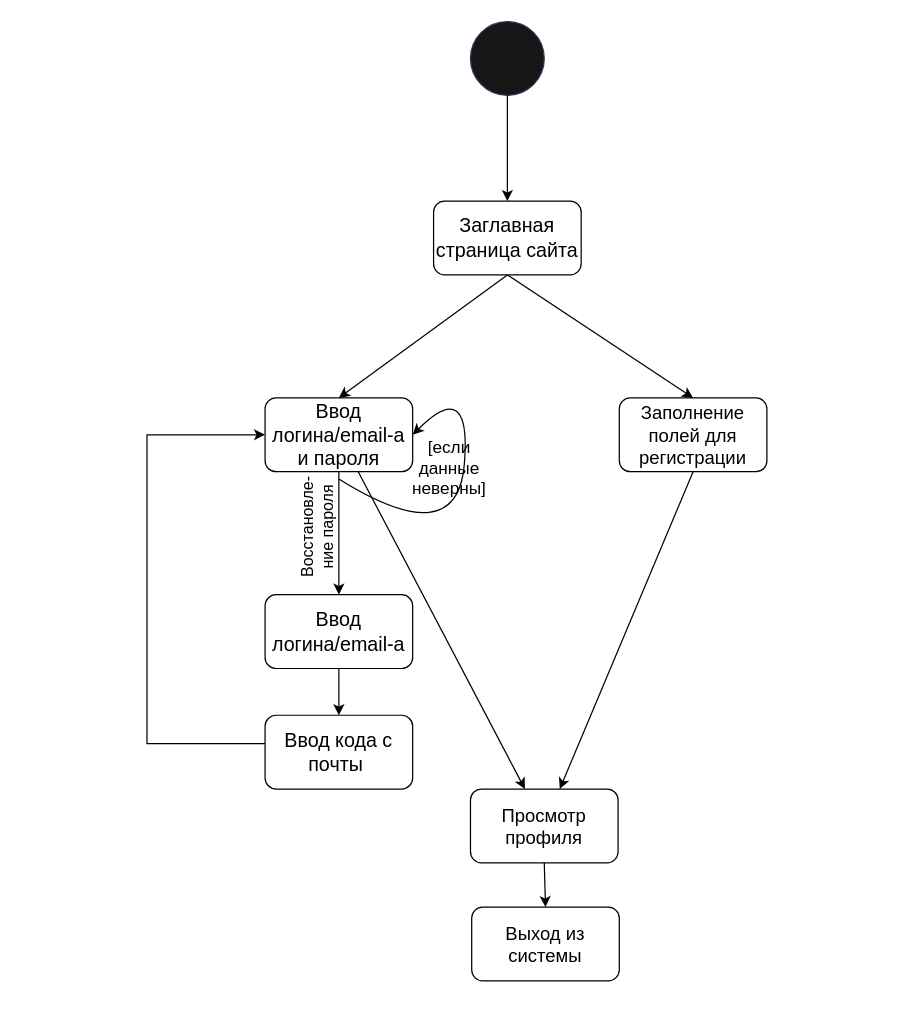
AlDente-Noo/Freelancer-SPM keeps this draw.io diagram as activity diagrams/DB_scheme.drawio. Above is the earlier version. Source tidied: cells renumbered, new cells numbered last; positions are measured from the earlier drawing's top-left corner, leaving out a move shared by most shapes. Both pictures are drawn from the tidied source at 123%, with x=0, y=0 at pixel (146, 21).
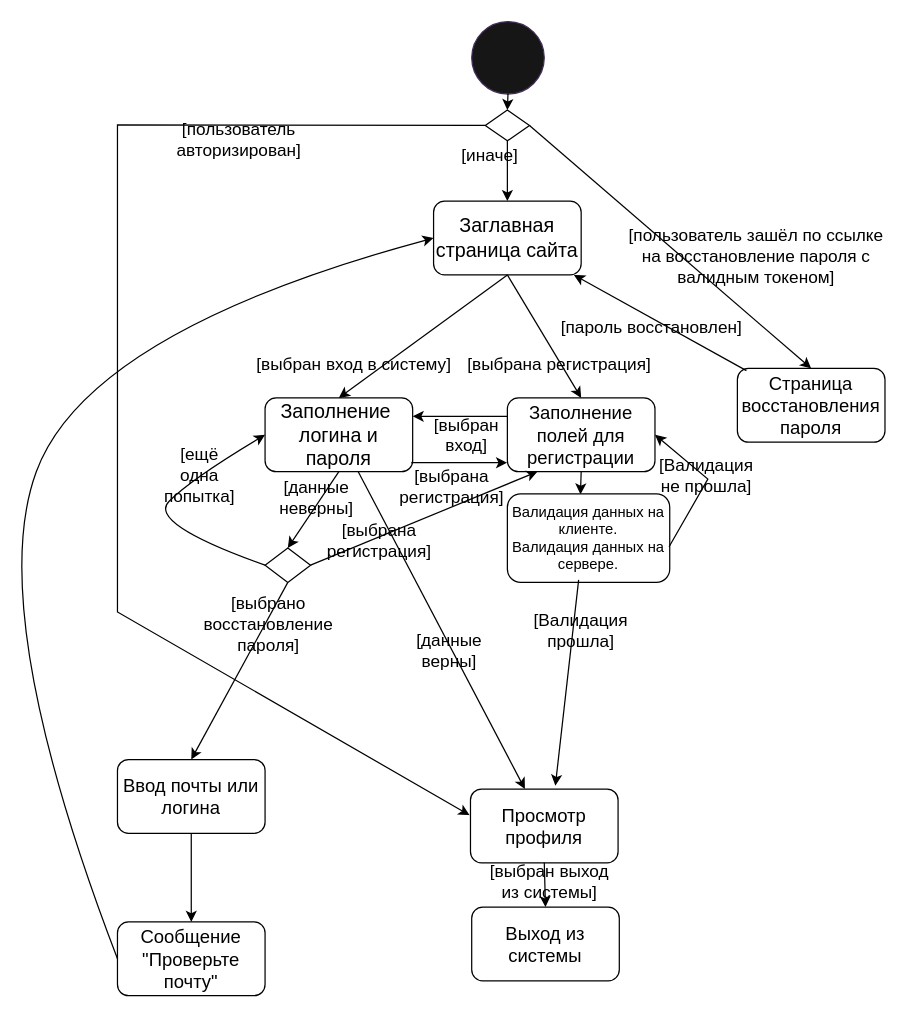
The same diagram, later.

The change refers to these unchanged cells:
```xml
<mxCell id="4" value="&lt;font style=&quot;font-size: 16px;&quot;&gt;Заглавная страница сайта&lt;/font&gt;" style="rounded=1;whiteSpace=wrap;html=1;" parent="1" vertex="1">
  <mxGeometry x="233" y="146" width="120" height="60" as="geometry" />
</mxCell>
<mxCell id="19" value="&lt;font style=&quot;font-size: 15px;&quot;&gt;Просмотр профиля&lt;/font&gt;" style="rounded=1;whiteSpace=wrap;html=1;" parent="1" vertex="1">
  <mxGeometry x="263" y="624" width="120" height="60" as="geometry" />
</mxCell>
```

Change to the diagram source:
```diff
@@
     <mxCell id="2" style="ellipse;whiteSpace=wrap;html=1;strokeColor=#432D57;fillColor=#171617;fontColor=#ffffff;" parent="1" vertex="1">
-      <mxGeometry x="263" width="60" height="60" as="geometry" />
+      <mxGeometry x="264" width="59" height="59" as="geometry" />
     </mxCell>
-    <mxCell id="3" style="endArrow=classic;html=1;rounded=0;" parent="1" edge="1" source="2" target="4">
+    <mxCell id="3" style="endArrow=classic;html=1;rounded=0;entryX=0.5;entryY=0;entryDx=0;entryDy=0;" parent="1" edge="1" source="2" target="29">
       <mxGeometry relative="1" as="geometry" />
     </mxCell>
@@
     <mxCell id="5" value="&lt;font style=&quot;font-size: 15px;&quot;&gt;Заполнение полей для регистрации&lt;/font&gt;" style="rounded=1;whiteSpace=wrap;html=1;" parent="1" vertex="1">
-      <mxGeometry x="384" y="306" width="120" height="60" as="geometry" />
+      <mxGeometry x="293" y="306" width="120" height="60" as="geometry" />
     </mxCell>
-    <mxCell id="6" value="&lt;font style=&quot;font-size: 16px;&quot;&gt;Ввод логина/email-а&lt;br&gt;и пароля&lt;br&gt;&lt;/font&gt;" style="rounded=1;whiteSpace=wrap;html=1;" parent="1" vertex="1">
+    <mxCell id="6" value="&lt;font style=&quot;font-size: 16px;&quot;&gt;Заполнение&amp;nbsp;&lt;br&gt;логина и пароля&lt;br&gt;&lt;/font&gt;" style="rounded=1;whiteSpace=wrap;html=1;" parent="1" vertex="1">
       <mxGeometry x="96" y="306" width="120" height="60" as="geometry" />
     </mxCell>
-    <mxCell id="7" style="endArrow=classic;html=1;rounded=0;exitX=0.5;exitY=1;exitDx=0;exitDy=0;" parent="1" edge="1" source="5" target="19">
+    <mxCell id="7" style="endArrow=classic;html=1;rounded=0;exitX=0.5;exitY=1;exitDx=0;exitDy=0;entryX=0.45;entryY=0.007;entryDx=0;entryDy=0;entryPerimeter=0;" parent="1" edge="1" source="5" target="36">
       <mxGeometry relative="1" as="geometry" />
     </mxCell>
-    <mxCell id="8" value="&lt;font style=&quot;font-size: 14px;&quot;&gt;[если данные неверны]&lt;/font&gt;" style="text;html=1;strokeColor=none;fillColor=none;align=center;verticalAlign=middle;whiteSpace=wrap;rounded=0;" parent="1" vertex="1">
-      <mxGeometry x="216" y="348" width="60" height="30" as="geometry" />
+    <mxCell id="8" value="&lt;font style=&quot;font-size: 14px;&quot;&gt;[данные неверны]&lt;/font&gt;" style="text;html=1;strokeColor=none;fillColor=none;align=center;verticalAlign=middle;whiteSpace=wrap;rounded=0;" parent="1" vertex="1">
+      <mxGeometry x="108" y="372" width="60" height="30" as="geometry" />
     </mxCell>
-    <mxCell id="9" value="&lt;font style=&quot;font-size: 16px;&quot;&gt;Ввод логина/email-а&lt;br&gt;&lt;/font&gt;" style="rounded=1;whiteSpace=wrap;html=1;" parent="1" vertex="1">
-      <mxGeometry x="96" y="466" width="120" height="60" as="geometry" />
-    </mxCell>
-    <mxCell id="10" style="curved=1;endArrow=classic;html=1;rounded=0;entryX=1;entryY=0.5;entryDx=0;entryDy=0;" parent="1" edge="1" target="6">
-      <mxGeometry relative="1" as="geometry">
-        <mxPoint x="156" y="372" as="sourcePoint" />
-        <Array as="points">
-          <mxPoint x="252" y="432" />
-          <mxPoint x="264" y="288" />
-        </Array>
-      </mxGeometry>
-    </mxCell>
-    <mxCell id="11" style="endArrow=classic;html=1;rounded=0;entryX=0.5;entryY=0;entryDx=0;entryDy=0;" parent="1" edge="1" source="6" target="9">
-      <mxGeometry relative="1" as="geometry" />
-    </mxCell>
-    <mxCell id="12" style="endArrow=classic;html=1;rounded=0;exitX=0.004;exitY=0.384;exitDx=0;exitDy=0;entryX=0;entryY=0.5;entryDx=0;entryDy=0;exitPerimeter=0;" parent="1" edge="1" source="13" target="6">
-      <mxGeometry relative="1" as="geometry">
-        <Array as="points">
-          <mxPoint y="587" />
-          <mxPoint y="336" />
-        </Array>
-      </mxGeometry>
-    </mxCell>
-    <mxCell id="13" value="&lt;font style=&quot;font-size: 16px;&quot;&gt;Ввод кода с почты&amp;nbsp;&lt;br&gt;&lt;/font&gt;" style="rounded=1;whiteSpace=wrap;html=1;" parent="1" vertex="1">
-      <mxGeometry x="96" y="564" width="120" height="60" as="geometry" />
-    </mxCell>
-    <mxCell id="14" style="endArrow=classic;html=1;rounded=0;entryX=0.5;entryY=0;entryDx=0;entryDy=0;exitX=0.5;exitY=1;exitDx=0;exitDy=0;" parent="1" edge="1" source="9" target="13">
-      <mxGeometry relative="1" as="geometry" />
-    </mxCell>
@@
-    <mxCell id="17" value="&lt;font style=&quot;font-size: 13px;&quot;&gt;Восстановле-&lt;br&gt;ние пароля&lt;/font&gt;" style="text;html=1;strokeColor=none;fillColor=none;align=center;verticalAlign=middle;whiteSpace=wrap;rounded=0;rotation=-90;" parent="1" vertex="1">
-      <mxGeometry x="84" y="390" width="109" height="42" as="geometry" />
-    </mxCell>
@@
+    <mxCell id="22" value="&lt;font style=&quot;font-size: 14px;&quot;&gt;[выбран вход в систему]&lt;/font&gt;" style="text;html=1;strokeColor=none;fillColor=none;align=center;verticalAlign=middle;whiteSpace=wrap;rounded=0;" parent="1" vertex="1">
+      <mxGeometry x="73" y="264" width="191" height="30" as="geometry" />
+    </mxCell>
+    <mxCell id="23" value="&lt;font style=&quot;font-size: 15px;&quot;&gt;Страница восстановления пароля&lt;/font&gt;" style="rounded=1;whiteSpace=wrap;html=1;" parent="1" vertex="1">
+      <mxGeometry x="480" y="282" width="120" height="60" as="geometry" />
+    </mxCell>
+    <mxCell id="24" style="endArrow=classic;html=1;rounded=0;exitX=1;exitY=0.5;exitDx=0;exitDy=0;entryX=0.5;entryY=0;entryDx=0;entryDy=0;" parent="1" edge="1" source="29" target="23">
+      <mxGeometry relative="1" as="geometry" />
+    </mxCell>
+    <mxCell id="25" value="&lt;font style=&quot;font-size: 14px;&quot;&gt;[пользователь зашёл по ссылке на восстановление пароля с валидным токеном]&lt;/font&gt;" style="text;html=1;strokeColor=none;fillColor=none;align=center;verticalAlign=middle;whiteSpace=wrap;rounded=0;" parent="1" vertex="1">
+      <mxGeometry x="384" y="176" width="223" height="30" as="geometry" />
+    </mxCell>
+    <mxCell id="26" value="&lt;font style=&quot;font-size: 14px;&quot;&gt;[выбрана регистрация]&lt;/font&gt;" style="text;html=1;strokeColor=none;fillColor=none;align=center;verticalAlign=middle;whiteSpace=wrap;rounded=0;" parent="1" vertex="1">
+      <mxGeometry x="240" y="264" width="191" height="30" as="geometry" />
+    </mxCell>
+    <mxCell id="27" value="&lt;font style=&quot;font-size: 14px;&quot;&gt;[данные верны]&lt;/font&gt;" style="text;html=1;strokeColor=none;fillColor=none;align=center;verticalAlign=middle;whiteSpace=wrap;rounded=0;" parent="1" vertex="1">
+      <mxGeometry x="216" y="496" width="60" height="30" as="geometry" />
+    </mxCell>
+    <mxCell id="28" value="&lt;font style=&quot;font-size: 14px;&quot;&gt;[выбран выход из системы]&lt;/font&gt;" style="text;html=1;strokeColor=none;fillColor=none;align=center;verticalAlign=middle;whiteSpace=wrap;rounded=0;" parent="1" vertex="1">
+      <mxGeometry x="276" y="684" width="102.5" height="30" as="geometry" />
+    </mxCell>
+    <mxCell id="29" style="rhombus;whiteSpace=wrap;html=1;" parent="1" vertex="1">
+      <mxGeometry x="275" y="72" width="36" height="25" as="geometry" />
+    </mxCell>
+    <mxCell id="30" style="endArrow=classic;html=1;rounded=0;exitX=0.5;exitY=1;exitDx=0;exitDy=0;entryX=0.5;entryY=0;entryDx=0;entryDy=0;" parent="1" edge="1" source="29" target="4">
+      <mxGeometry relative="1" as="geometry" />
+    </mxCell>
+    <mxCell id="31" value="&lt;font style=&quot;font-size: 14px;&quot;&gt;[иначе]&lt;/font&gt;" style="text;html=1;strokeColor=none;fillColor=none;align=center;verticalAlign=middle;whiteSpace=wrap;rounded=0;" parent="1" vertex="1">
+      <mxGeometry x="240" y="97" width="78" height="23" as="geometry" />
+    </mxCell>
+    <mxCell id="32" style="endArrow=classic;html=1;rounded=0;exitX=0.061;exitY=0.03;exitDx=0;exitDy=0;exitPerimeter=0;" parent="1" edge="1" source="23" target="4">
+      <mxGeometry relative="1" as="geometry" />
+    </mxCell>
+    <mxCell id="33" value="&lt;font style=&quot;font-size: 14px;&quot;&gt;[пароль восстановлен]&lt;/font&gt;" style="text;html=1;strokeColor=none;fillColor=none;align=center;verticalAlign=middle;whiteSpace=wrap;rounded=0;" parent="1" vertex="1">
+      <mxGeometry x="323" y="234" width="175" height="30" as="geometry" />
+    </mxCell>
+    <mxCell id="34" style="endArrow=classic;html=1;rounded=0;exitX=0;exitY=0.5;exitDx=0;exitDy=0;entryX=-0.006;entryY=0.354;entryDx=0;entryDy=0;entryPerimeter=0;" parent="1" edge="1" source="29" target="19">
+      <mxGeometry relative="1" as="geometry">
+        <Array as="points">
+          <mxPoint x="-24" y="84" />
+          <mxPoint x="-24" y="480" />
+        </Array>
+      </mxGeometry>
+    </mxCell>
+    <mxCell id="35" value="&lt;font style=&quot;font-size: 14px;&quot;&gt;[пользователь авторизирован]&lt;/font&gt;" style="text;html=1;strokeColor=none;fillColor=none;align=center;verticalAlign=middle;whiteSpace=wrap;rounded=0;" parent="1" vertex="1">
+      <mxGeometry x="36" y="84" width="78" height="23" as="geometry" />
+    </mxCell>
+    <mxCell id="36" value="Валидация данных на клиенте.&lt;br&gt;Валидация данных на сервере." style="rounded=1;whiteSpace=wrap;html=1;" parent="1" vertex="1">
+      <mxGeometry x="293" y="384" width="132" height="72" as="geometry" />
+    </mxCell>
+    <mxCell id="37" value="&lt;font style=&quot;font-size: 14px;&quot;&gt;[Валидация прошла]&lt;/font&gt;" style="text;html=1;strokeColor=none;fillColor=none;align=center;verticalAlign=middle;whiteSpace=wrap;rounded=0;" parent="1" vertex="1">
+      <mxGeometry x="323" y="480" width="60" height="30" as="geometry" />
+    </mxCell>
+    <mxCell id="38" style="endArrow=classic;html=1;rounded=0;exitX=0.439;exitY=0.972;exitDx=0;exitDy=0;exitPerimeter=0;entryX=0.575;entryY=-0.046;entryDx=0;entryDy=0;entryPerimeter=0;" parent="1" edge="1" source="36" target="19">
+      <mxGeometry relative="1" as="geometry" />
+    </mxCell>
+    <mxCell id="39" style="endArrow=classic;html=1;rounded=0;entryX=1;entryY=0.5;entryDx=0;entryDy=0;exitX=0.996;exitY=0.598;exitDx=0;exitDy=0;exitPerimeter=0;" parent="1" edge="1" source="36" target="5">
+      <mxGeometry relative="1" as="geometry">
+        <Array as="points">
+          <mxPoint x="456" y="372" />
+        </Array>
+      </mxGeometry>
+    </mxCell>
+    <mxCell id="40" value="&lt;font style=&quot;font-size: 14px;&quot;&gt;[Валидация не прошла]&lt;/font&gt;" style="text;html=1;strokeColor=none;fillColor=none;align=center;verticalAlign=middle;whiteSpace=wrap;rounded=0;" parent="1" vertex="1">
+      <mxGeometry x="425" y="354" width="60" height="30" as="geometry" />
+    </mxCell>
+    <mxCell id="41" style="endArrow=classic;html=1;rounded=0;entryX=-0.002;entryY=0.878;entryDx=0;entryDy=0;exitX=0.991;exitY=0.878;exitDx=0;exitDy=0;exitPerimeter=0;entryPerimeter=0;" parent="1" edge="1" source="6" target="5">
+      <mxGeometry relative="1" as="geometry" />
+    </mxCell>
+    <mxCell id="42" value="&lt;font style=&quot;font-size: 14px;&quot;&gt;[выбрана регистрация]&lt;/font&gt;" style="text;html=1;strokeColor=none;fillColor=none;align=center;verticalAlign=middle;whiteSpace=wrap;rounded=0;" parent="1" vertex="1">
+      <mxGeometry x="221" y="372" width="54" height="12" as="geometry" />
+    </mxCell>
+    <mxCell id="43" style="endArrow=classic;html=1;rounded=0;entryX=1;entryY=0.25;entryDx=0;entryDy=0;exitX=0;exitY=0.25;exitDx=0;exitDy=0;" parent="1" edge="1" source="5" target="6">
+      <mxGeometry relative="1" as="geometry" />
+    </mxCell>
+    <mxCell id="44" value="&lt;font style=&quot;font-size: 14px;&quot;&gt;[выбран вход]&lt;/font&gt;" style="text;html=1;strokeColor=none;fillColor=none;align=center;verticalAlign=middle;whiteSpace=wrap;rounded=0;" parent="1" vertex="1">
+      <mxGeometry x="233" y="330" width="54" height="12" as="geometry" />
+    </mxCell>
+    <mxCell id="45" style="rhombus;whiteSpace=wrap;html=1;" parent="1" vertex="1">
+      <mxGeometry x="96" y="428" width="37" height="28" as="geometry" />
+    </mxCell>
+    <mxCell id="46" style="endArrow=classic;html=1;rounded=0;exitX=0.5;exitY=1;exitDx=0;exitDy=0;entryX=0.5;entryY=0;entryDx=0;entryDy=0;" parent="1" edge="1" source="6" target="45">
+      <mxGeometry relative="1" as="geometry" />
+    </mxCell>
+    <mxCell id="47" style="curved=1;endArrow=classic;html=1;rounded=0;exitX=0;exitY=0.5;exitDx=0;exitDy=0;entryX=0;entryY=0.5;entryDx=0;entryDy=0;" parent="1" edge="1" source="45" target="6">
+      <mxGeometry relative="1" as="geometry">
+        <Array as="points">
+          <mxPoint y="408" />
+          <mxPoint x="36" y="372" />
+        </Array>
+      </mxGeometry>
+    </mxCell>
+    <mxCell id="48" value="&lt;font style=&quot;font-size: 14px;&quot;&gt;[ещё одна попытка]&lt;/font&gt;" style="text;html=1;strokeColor=none;fillColor=none;align=center;verticalAlign=middle;whiteSpace=wrap;rounded=0;" parent="1" vertex="1">
+      <mxGeometry x="13" y="354" width="60" height="30" as="geometry" />
+    </mxCell>
+    <mxCell id="49" style="endArrow=classic;html=1;rounded=0;exitX=1;exitY=0.5;exitDx=0;exitDy=0;entryX=0.204;entryY=0.999;entryDx=0;entryDy=0;entryPerimeter=0;" parent="1" edge="1" source="45" target="5">
+      <mxGeometry relative="1" as="geometry" />
+    </mxCell>
+    <mxCell id="50" value="&lt;font style=&quot;font-size: 14px;&quot;&gt;[выбрана регистрация]&lt;/font&gt;" style="text;html=1;strokeColor=none;fillColor=none;align=center;verticalAlign=middle;whiteSpace=wrap;rounded=0;" parent="1" vertex="1">
+      <mxGeometry x="162" y="416" width="54" height="12" as="geometry" />
+    </mxCell>
+    <mxCell id="51" style="endArrow=classic;html=1;rounded=0;exitX=0.5;exitY=1;exitDx=0;exitDy=0;entryX=0.5;entryY=0;entryDx=0;entryDy=0;" parent="1" edge="1" source="45" target="53">
+      <mxGeometry relative="1" as="geometry" />
+    </mxCell>
+    <mxCell id="52" value="&lt;font style=&quot;font-size: 14px;&quot;&gt;[выбрано восстановление пароля]&lt;/font&gt;" style="text;html=1;strokeColor=none;fillColor=none;align=center;verticalAlign=middle;whiteSpace=wrap;rounded=0;" parent="1" vertex="1">
+      <mxGeometry x="36" y="484" width="126" height="12" as="geometry" />
+    </mxCell>
+    <mxCell id="53" value="&lt;font style=&quot;font-size: 15px;&quot;&gt;Ввод почты или логина&lt;/font&gt;" style="rounded=1;whiteSpace=wrap;html=1;" parent="1" vertex="1">
+      <mxGeometry x="-24" y="600" width="120" height="60" as="geometry" />
+    </mxCell>
+    <mxCell id="54" value="&lt;font style=&quot;font-size: 15px;&quot;&gt;Сообщение &quot;Проверьте почту&quot;&lt;/font&gt;" style="rounded=1;whiteSpace=wrap;html=1;" parent="1" vertex="1">
+      <mxGeometry x="-24" y="732" width="120" height="60" as="geometry" />
+    </mxCell>
+    <mxCell id="55" style="endArrow=classic;html=1;rounded=0;exitX=0.5;exitY=1;exitDx=0;exitDy=0;entryX=0.5;entryY=0;entryDx=0;entryDy=0;" parent="1" edge="1" source="53" target="54">
+      <mxGeometry relative="1" as="geometry" />
+    </mxCell>
+    <mxCell id="56" style="curved=1;endArrow=classic;html=1;rounded=0;exitX=0;exitY=0.5;exitDx=0;exitDy=0;entryX=0;entryY=0.5;entryDx=0;entryDy=0;" parent="1" edge="1" source="54" target="4">
+      <mxGeometry relative="1" as="geometry">
+        <Array as="points">
+          <mxPoint x="-132" y="480" />
+          <mxPoint x="-48" y="252" />
+        </Array>
+      </mxGeometry>
+    </mxCell>
```
